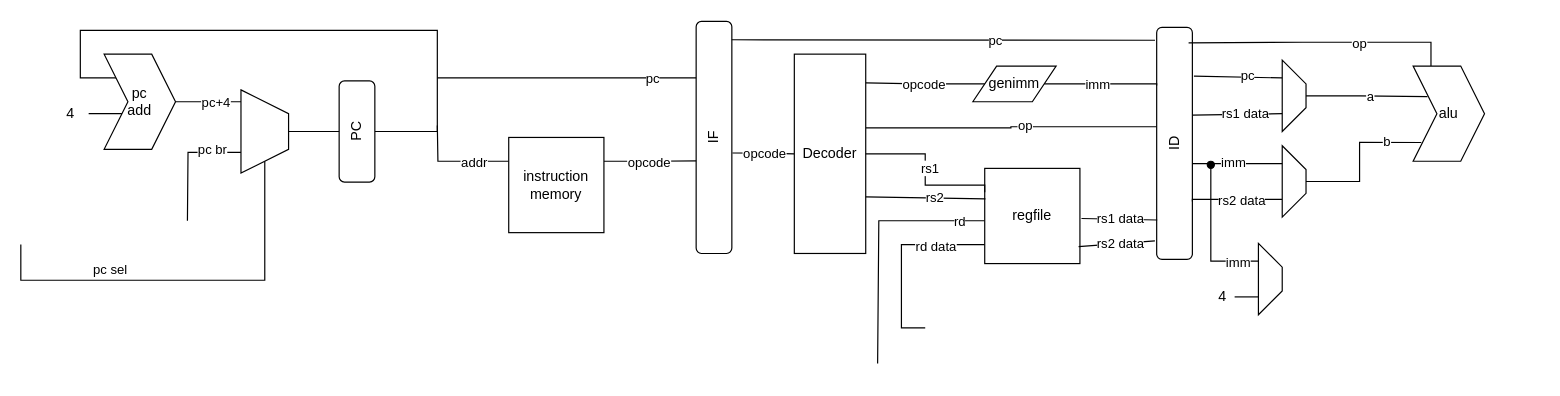
Earlier version of the draw.io diagram pipeline.drawio (tomhaber/rvcpu). Source tidied: cells renumbered, new cells numbered last; positions are measured from the earlier drawing's top-left corner, leaving out a move shared by most shapes. Both pictures are drawn from the tidied source at 119%, with x=0, y=0 at pixel (20, 30).
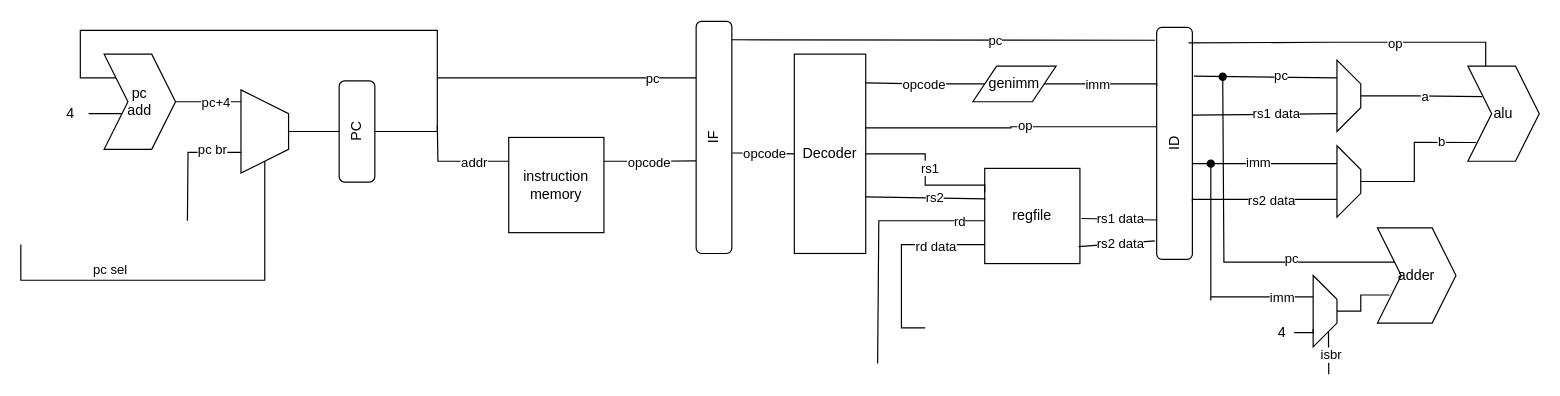
After the change.

Commit message:
Update pipeline.drawio: bru start

Change to the diagram source:
```diff
@@
     <mxCell id="49" style="shape=trapezoid;perimeter=trapezoidPerimeter;whiteSpace=wrap;html=1;fixedSize=1;rotation=90;" parent="1" vertex="1">
-      <mxGeometry x="1040" y="45" width="60" height="20" as="geometry" />
+      <mxGeometry x="1086" y="45" width="60" height="20" as="geometry" />
     </mxCell>
@@
     <mxCell id="56" style="shape=trapezoid;perimeter=trapezoidPerimeter;whiteSpace=wrap;html=1;fixedSize=1;rotation=90;" parent="1" vertex="1">
-      <mxGeometry x="1040" y="117" width="60" height="20" as="geometry" />
+      <mxGeometry x="1086" y="117" width="60" height="20" as="geometry" />
     </mxCell>
     <mxCell id="57" value="alu" style="shape=step;perimeter=stepPerimeter;whiteSpace=wrap;html=1;fixedSize=1;" parent="1" vertex="1">
-      <mxGeometry x="1170" y="30" width="60" height="80" as="geometry" />
+      <mxGeometry x="1216" y="30" width="60" height="80" as="geometry" />
     </mxCell>
@@
-    <mxCell id="66" style="edgeStyle=orthogonalEdgeStyle;rounded=0;jettySize=auto;html=1;exitX=0.25;exitY=1;exitDx=0;exitDy=0;endArrow=oval;endFill=1;" parent="1" edge="1" source="68">
+    <mxCell id="66" style="edgeStyle=orthogonalEdgeStyle;rounded=0;orthogonalLoop=1;jettySize=auto;html=1;exitX=0.25;exitY=1;exitDx=0;exitDy=0;endArrow=oval;endFill=1;" parent="1" edge="1">
       <mxGeometry relative="1" as="geometry">
-        <mxPoint x="1000" y="113" as="targetPoint" />
+        <mxPoint x="1086" y="224" as="sourcePoint" />
+        <mxPoint x="1000" y="112" as="targetPoint" />
         <Array as="points">
-          <mxPoint x="1000" y="194" />
-          <mxPoint x="1000" y="113" />
+          <mxPoint x="1000" y="227" />
+          <mxPoint x="1000" y="146" />
         </Array>
       </mxGeometry>
     </mxCell>
@@
+    <mxCell id="71" style="edgeStyle=orthogonalEdgeStyle;rounded=0;jettySize=auto;html=1;exitX=1;exitY=0.25;exitDx=0;exitDy=0;endArrow=none;endFill=0;" parent="1" edge="1" source="68">
+      <mxGeometry relative="1" as="geometry">
+        <mxPoint x="1099.1" y="289" as="targetPoint" />
+      </mxGeometry>
+    </mxCell>
+    <mxCell id="72" value="isbr" style="edgeLabel;html=1;align=center;verticalAlign=middle;" parent="71" vertex="1">
+      <mxGeometry x="0.05" y="2" relative="1" as="geometry" />
+    </mxCell>
     <mxCell id="68" style="shape=trapezoid;perimeter=trapezoidPerimeter;whiteSpace=wrap;html=1;fixedSize=1;rotation=90;" parent="1" vertex="1">
-      <mxGeometry x="1020" y="199" width="60" height="20" as="geometry" />
+      <mxGeometry x="1066" y="226" width="60" height="20" as="geometry" />
     </mxCell>
@@
     <mxCell id="70" value="4" style="text;html=1;strokeColor=none;fillColor=none;align=center;verticalAlign=middle;whiteSpace=wrap;rounded=0;" parent="1" vertex="1">
-      <mxGeometry x="1000" y="209" width="20" height="30" as="geometry" />
+      <mxGeometry x="1050" y="239" width="20" height="30" as="geometry" />
     </mxCell>
+    <mxCell id="73" style="edgeStyle=orthogonalEdgeStyle;rounded=0;jettySize=auto;html=1;exitX=0;exitY=0.25;exitDx=0;exitDy=0;endArrow=oval;endFill=1;" parent="1" edge="1" source="75">
+      <mxGeometry relative="1" as="geometry">
+        <mxPoint x="1010" y="39" as="targetPoint" />
+        <Array as="points">
+          <mxPoint x="1011" y="195" />
+          <mxPoint x="1011" y="39" />
+        </Array>
+      </mxGeometry>
+    </mxCell>
+    <mxCell id="74" value="pc" style="edgeLabel;html=1;align=center;verticalAlign=middle;" parent="73" vertex="1">
+      <mxGeometry x="-0.42" y="-3" relative="1" as="geometry" />
+    </mxCell>
+    <mxCell id="75" value="adder" style="shape=step;perimeter=stepPerimeter;whiteSpace=wrap;html=1;fixedSize=1;" parent="1" vertex="1">
+      <mxGeometry x="1140" y="166" width="66" height="80" as="geometry" />
+    </mxCell>
+    <mxCell id="76" style="edgeStyle=orthogonalEdgeStyle;rounded=0;jettySize=auto;html=1;exitX=0.5;exitY=0;exitDx=0;exitDy=0;entryX=0.155;entryY=0.705;entryDx=0;entryDy=0;entryPerimeter=0;endArrow=none;endFill=0;" parent="1" edge="1" source="68" target="75">
+      <mxGeometry relative="1" as="geometry" />
+    </mxCell>
```
